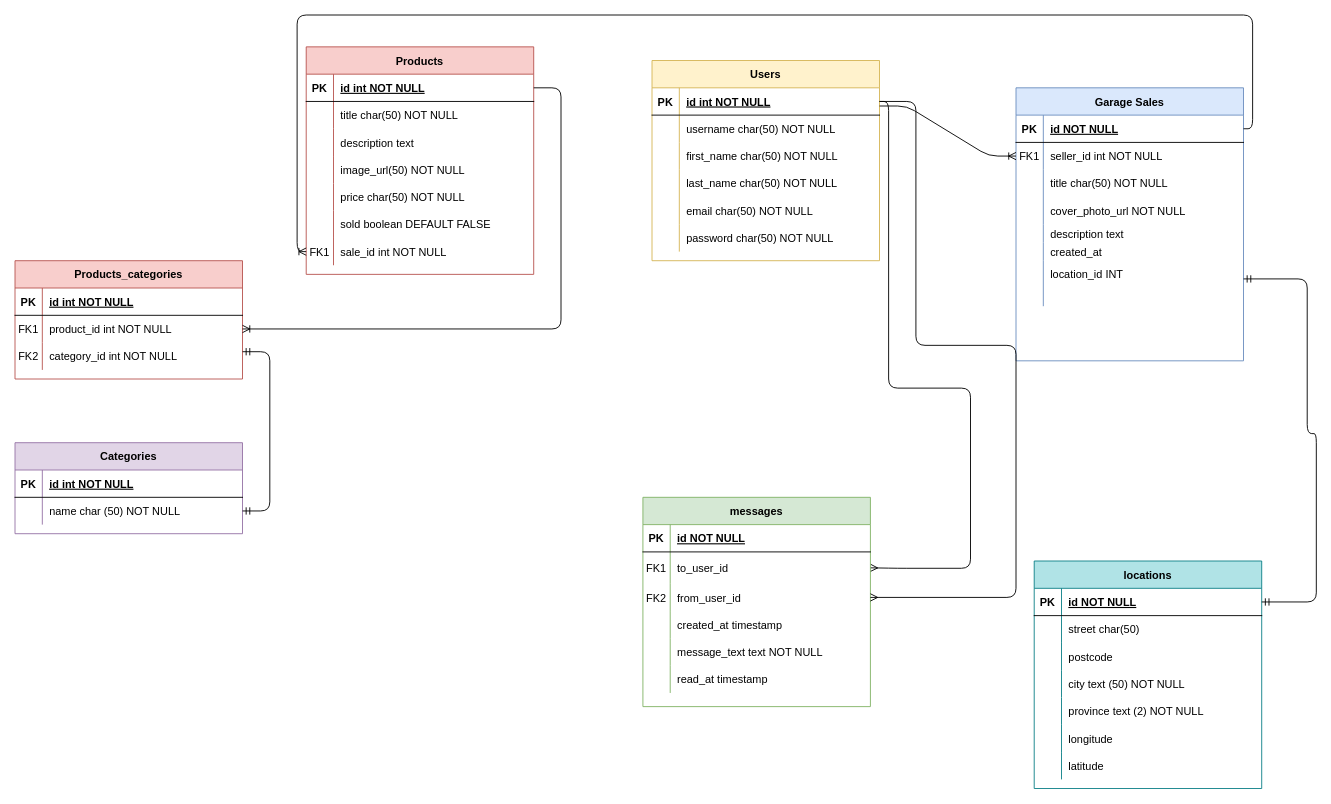
The draw.io diagram planning/ERD v3.drawio in VladyslavKutsevolov/garageSale-client, before the edit. Source tidied: cells renumbered, new cells numbered last; positions are measured from the earlier drawing's top-left corner, leaving out a move shared by most shapes. Both pictures are drawn from the tidied source at 91%, with x=0, y=0 at pixel (15, 15).
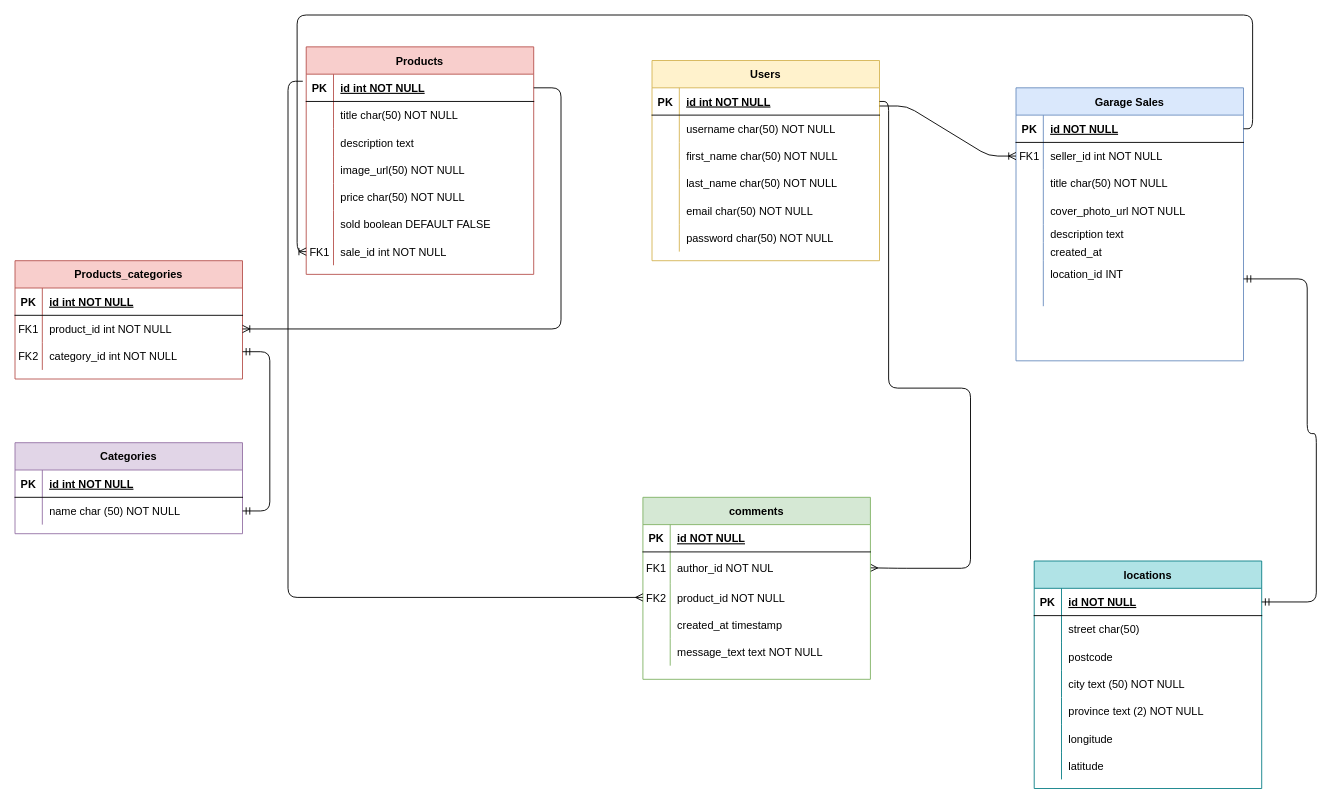
The same page after the edit.

Unchanged cells that the change refers to:
```xml
<mxCell id="50" style="shape=partialRectangle;fillColor=none;points=[[0,0.5],[1,0.5]];portConstraint=eastwest;top=0;left=0;right=0;bottom=1;" parent="49" vertex="1">
  <mxGeometry y="30" width="250" height="30" as="geometry" />
</mxCell>
<mxCell id="72" style="shape=partialRectangle;fillColor=none;points=[[0,0.5],[1,0.5]];portConstraint=eastwest;top=0;left=0;right=0;bottom=1;" parent="71" vertex="1">
  <mxGeometry y="30" width="250" height="30" as="geometry" />
</mxCell>
<mxCell id="117" style="shape=partialRectangle;fillColor=none;points=[[0,0.5],[1,0.5]];portConstraint=eastwest;top=0;left=0;right=0;bottom=0;" parent="113" vertex="1">
  <mxGeometry y="60" width="250" height="35" as="geometry" />
</mxCell>
<mxCell id="120" style="shape=partialRectangle;fillColor=none;points=[[0,0.5],[1,0.5]];portConstraint=eastwest;top=0;left=0;right=0;bottom=0;" parent="113" vertex="1">
  <mxGeometry y="95" width="250" height="30" as="geometry" />
</mxCell>
```

Change to the diagram source:
```diff
@@
-    <mxCell id="113" value="messages" style="shape=table;startSize=30;childLayout=tableLayout;rowLines=0;fontStyle=1;align=center;fillColor=#d5e8d4;strokeColor=#82b366;" parent="1" vertex="1">
-      <mxGeometry x="690" y="530" width="250" height="230" as="geometry" />
+    <mxCell id="113" value="comments" style="shape=table;startSize=30;childLayout=tableLayout;rowLines=0;fontStyle=1;align=center;fillColor=#d5e8d4;strokeColor=#82b366;" parent="1" vertex="1">
+      <mxGeometry x="690" y="530" width="250" height="200" as="geometry" />
     </mxCell>
@@
-    <mxCell id="119" value="to_user_id" style="shape=partialRectangle;overflow=hidden;fillColor=none;top=0;left=0;bottom=0;right=0;align=left;spacingLeft=6;" parent="117" vertex="1">
+    <mxCell id="119" value="author_id NOT NUL" style="shape=partialRectangle;overflow=hidden;fillColor=none;top=0;left=0;bottom=0;right=0;align=left;spacingLeft=6;" parent="117" vertex="1">
       <mxGeometry x="30" width="220" height="35" as="geometry" />
     </mxCell>
@@
-    <mxCell id="122" value="from_user_id" style="shape=partialRectangle;overflow=hidden;fillColor=none;top=0;left=0;bottom=0;right=0;align=left;spacingLeft=6;" parent="120" vertex="1">
+    <mxCell id="122" value="product_id NOT NULL" style="shape=partialRectangle;overflow=hidden;fillColor=none;top=0;left=0;bottom=0;right=0;align=left;spacingLeft=6;" parent="120" vertex="1">
       <mxGeometry x="30" width="220" height="30" as="geometry" />
     </mxCell>
@@
-    <mxCell id="129" style="shape=partialRectangle;fillColor=none;top=0;left=0;right=0;bottom=0;" parent="113" vertex="1">
-      <mxGeometry y="185" width="250" height="30" as="geometry" />
-    </mxCell>
-    <mxCell id="130" style="shape=partialRectangle;overflow=hidden;fillColor=none;top=0;left=0;bottom=0;right=0;" parent="129" vertex="1">
-      <mxGeometry width="30" height="30" as="geometry" />
-    </mxCell>
-    <mxCell id="131" value="read_at timestamp " style="shape=partialRectangle;overflow=hidden;fillColor=none;top=0;left=0;bottom=0;right=0;align=left;spacingLeft=6;" parent="129" vertex="1">
-      <mxGeometry x="30" width="220" height="30" as="geometry" />
-    </mxCell>
-    <mxCell id="132" style="edgeStyle=orthogonalEdgeStyle;fontSize=12;html=1;endArrow=ERmany;entryX=1;entryY=0.5;entryDx=0;entryDy=0;exitX=1;exitY=0.5;exitDx=0;exitDy=0;" parent="1" edge="1" source="72" target="120">
-      <mxGeometry relative="1" as="geometry">
-        <Array as="points">
-          <mxPoint x="990" y="95" />
-          <mxPoint x="990" y="363" />
-          <mxPoint x="1100" y="363" />
-          <mxPoint x="1100" y="640" />
-        </Array>
-      </mxGeometry>
-    </mxCell>
+    <mxCell id="133" style="edgeStyle=orthogonalEdgeStyle;fontSize=12;html=1;endArrow=ERmany;exitX=-0.015;exitY=0.259;exitDx=0;exitDy=0;exitPerimeter=0;entryX=0;entryY=0.5;entryDx=0;entryDy=0;" parent="1" edge="1" source="50" target="120">
+      <mxGeometry relative="1" as="geometry">
+        <Array as="points">
+          <mxPoint x="300" y="73" />
+          <mxPoint x="300" y="640" />
+        </Array>
+      </mxGeometry>
+    </mxCell>
```
